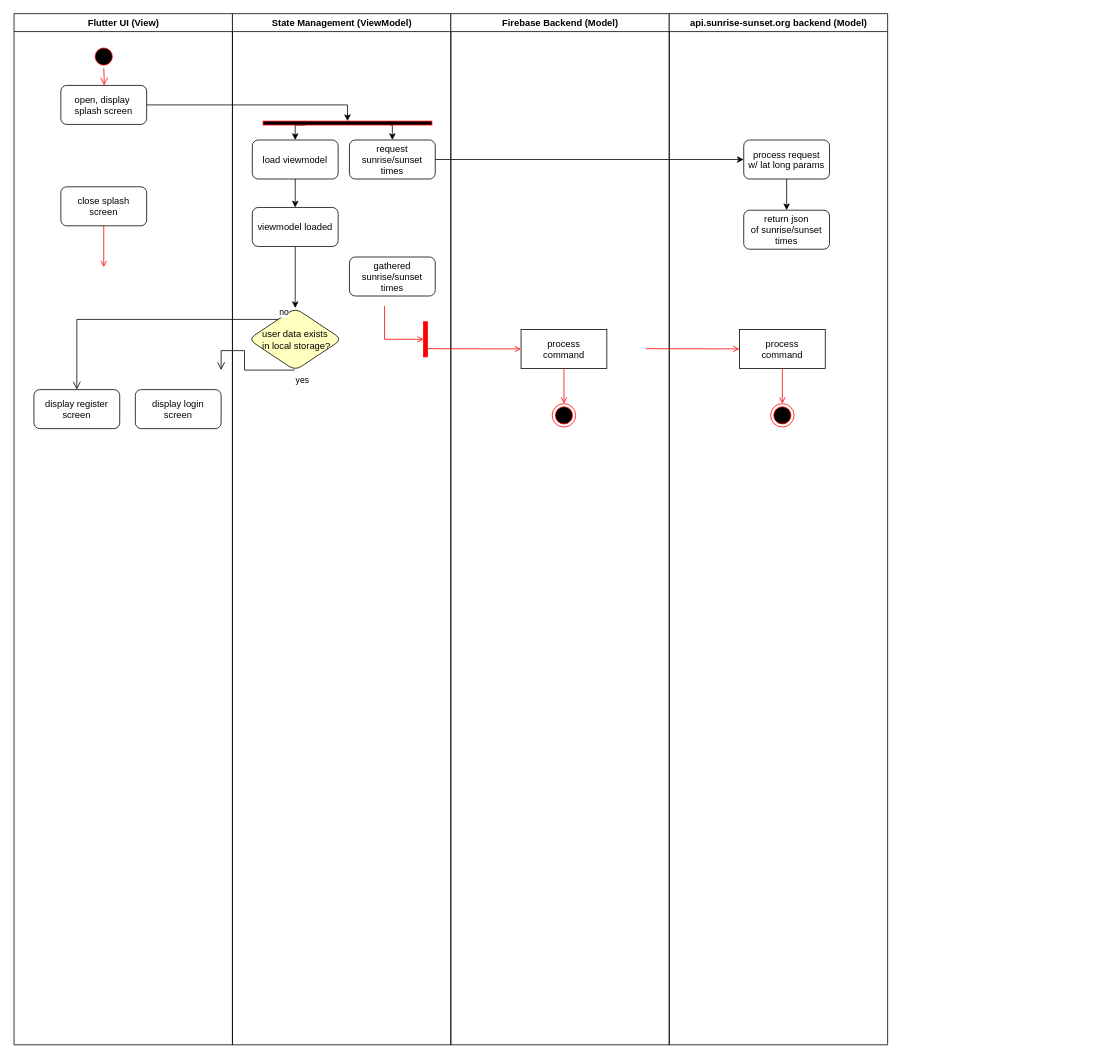
This is docs/activity_diagram.drawio from intercogni/sundial, a draw.io file, before an edit. Source tidied: cells renumbered, new cells numbered last; positions are measured from the earlier drawing's top-left corner, leaving out a move shared by most shapes. Both pictures are drawn from the tidied source at 78%, with x=0, y=0 at pixel (13, 13).
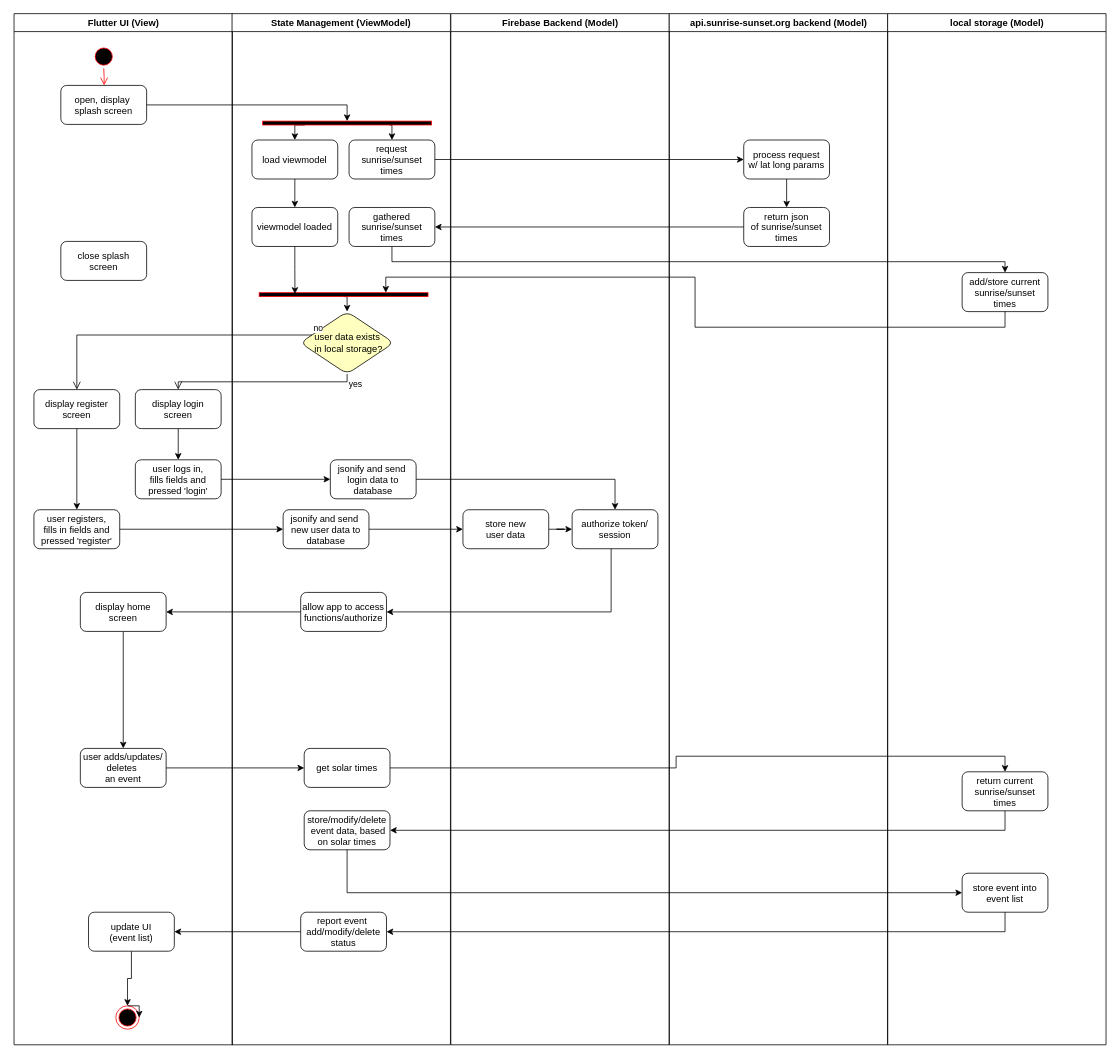
The same diagram, later.

The change refers to these unchanged cells:
```xml
<mxCell id="2" value="Flutter UI (View)" style="swimlane;whiteSpace=wrap;" parent="1" vertex="1">
  <mxGeometry x="0.5" width="280" height="1322" as="geometry" />
</mxCell>
<mxCell id="8" value="display register&#10;screen" style="rounded=1;" parent="2" vertex="1">
  <mxGeometry x="25.5" y="482" width="110" height="50" as="geometry" />
</mxCell>
<mxCell id="9" value="display login&#10;screen" style="rounded=1;" parent="2" vertex="1">
  <mxGeometry x="155.5" y="482" width="110" height="50" as="geometry" />
</mxCell>
<mxCell id="20" value="viewmodel loaded" style="rounded=1;" parent="10" vertex="1">
  <mxGeometry x="25.5" y="248.5" width="110" height="50" as="geometry" />
</mxCell>
<mxCell id="23" value="Firebase Backend (Model)" style="swimlane;whiteSpace=wrap;" parent="1" vertex="1">
  <mxGeometry x="560.5" width="280" height="1322" as="geometry" />
</mxCell>
<mxCell id="28" value="api.sunrise-sunset.org backend (Model)" style="swimlane;whiteSpace=wrap;" parent="1" vertex="1">
  <mxGeometry x="840.5" width="280" height="1322" as="geometry" />
</mxCell>
```

The edit, as a diff of the source:
```diff
@@
-    <mxCell id="6" style="endArrow=open;strokeColor=#FF0000;endFill=1;rounded=0;" parent="2" edge="1">
-      <mxGeometry relative="1" as="geometry">
-        <mxPoint x="115" y="270" as="sourcePoint" />
-        <mxPoint x="115" y="325" as="targetPoint" />
-      </mxGeometry>
-    </mxCell>
     <mxCell id="7" value="close splash&#10;screen" style="rounded=1;" parent="2" vertex="1">
-      <mxGeometry x="60" y="222" width="110" height="50" as="geometry" />
+      <mxGeometry x="60" y="292" width="110" height="50" as="geometry" />
     </mxCell>
@@
+    <mxCell id="40" style="edgeStyle=orthogonalEdgeStyle;rounded=0;jettySize=auto;html=1;" parent="2" edge="1" source="9" target="43">
+      <mxGeometry relative="1" as="geometry" />
+    </mxCell>
@@
+    <mxCell id="41" style="edgeStyle=orthogonalEdgeStyle;rounded=0;jettySize=auto;html=1;entryX=0.5;entryY=0;entryDx=0;entryDy=0;" parent="2" edge="1" source="42" target="46">
+      <mxGeometry relative="1" as="geometry" />
+    </mxCell>
+    <mxCell id="42" value="display home&#10;screen" style="rounded=1;" parent="2" vertex="1">
+      <mxGeometry x="85" y="742" width="110" height="50" as="geometry" />
+    </mxCell>
+    <mxCell id="43" value="user logs in,&#10;fills fields and&#10;pressed 'login'" style="rounded=1;" parent="2" vertex="1">
+      <mxGeometry x="155.5" y="572" width="110" height="50" as="geometry" />
+    </mxCell>
+    <mxCell id="44" value="user registers,&#10;fills in fields and&#10;pressed 'register'" style="rounded=1;" parent="2" vertex="1">
+      <mxGeometry x="25.5" y="636" width="110" height="50" as="geometry" />
+    </mxCell>
+    <mxCell id="45" style="edgeStyle=orthogonalEdgeStyle;rounded=0;jettySize=auto;html=1;entryX=0.5;entryY=0;entryDx=0;entryDy=0;" parent="2" edge="1" source="8" target="44">
+      <mxGeometry relative="1" as="geometry" />
+    </mxCell>
+    <mxCell id="46" value="user adds/updates/&#10;deletes &#10;an event" style="rounded=1;" parent="2" vertex="1">
+      <mxGeometry x="85" y="942" width="110" height="50" as="geometry" />
+    </mxCell>
+    <mxCell id="47" style="edgeStyle=orthogonalEdgeStyle;rounded=0;jettySize=auto;html=1;entryX=0.5;entryY=0;entryDx=0;entryDy=0;" parent="2" edge="1" source="48" target="49">
+      <mxGeometry relative="1" as="geometry" />
+    </mxCell>
+    <mxCell id="48" value="update UI&#10;(event list)" style="rounded=1;" parent="2" vertex="1">
+      <mxGeometry x="95.5" y="1152" width="110" height="50" as="geometry" />
+    </mxCell>
+    <mxCell id="49" style="ellipse;html=1;shape=endState;fillColor=#000000;strokeColor=#ff0000;" parent="2" vertex="1">
+      <mxGeometry x="130.5" y="1272" width="30" height="30" as="geometry" />
+    </mxCell>
+    <mxCell id="50" style="edgeStyle=orthogonalEdgeStyle;rounded=0;orthogonalLoop=1;jettySize=auto;html=1;exitX=0.5;exitY=0;exitDx=0;exitDy=0;entryX=1;entryY=0.5;entryDx=0;entryDy=0;" parent="2" edge="1" source="49" target="49">
+      <mxGeometry relative="1" as="geometry" />
+    </mxCell>
     <mxCell id="10" value="State Management (ViewModel)" style="swimlane;whiteSpace=wrap;" parent="1" vertex="1">
-      <mxGeometry x="280.5" width="280" height="1322" as="geometry" />
+      <mxGeometry x="280" width="280" height="1322" as="geometry" />
     </mxCell>
-    <mxCell id="11" style="whiteSpace=wrap;strokeColor=#FF0000;fillColor=#FF0000;" parent="10" vertex="1">
-      <mxGeometry x="245" y="395" width="5" height="45" as="geometry" />
-    </mxCell>
-    <mxCell id="12" style="edgeStyle=elbowEdgeStyle;elbow=horizontal;entryX=0;entryY=0.5;strokeColor=#FF0000;endArrow=open;endFill=1;rounded=0;" parent="10" edge="1" target="11">
-      <mxGeometry relative="1" as="geometry">
-        <mxPoint x="195" y="375" as="sourcePoint" />
-        <Array as="points">
-          <mxPoint x="195" y="400" />
-        </Array>
-      </mxGeometry>
-    </mxCell>
@@
-    <mxCell id="19" style="edgeStyle=orthogonalEdgeStyle;rounded=0;jettySize=auto;html=1;exitX=0.5;exitY=1;exitDx=0;exitDy=0;entryX=0.5;entryY=0;entryDx=0;entryDy=0;" parent="10" edge="1" source="20" target="22">
-      <mxGeometry relative="1" as="geometry" />
-    </mxCell>
@@
     <mxCell id="21" value="gathered&#10;sunrise/sunset&#10;times" style="rounded=1;" parent="10" vertex="1">
-      <mxGeometry x="150" y="312" width="110" height="50" as="geometry" />
+      <mxGeometry x="150" y="248.5" width="110" height="50" as="geometry" />
     </mxCell>
     <mxCell id="22" value="user data exists&lt;br&gt;&amp;nbsp;in local storage?" style="rhombus;whiteSpace=wrap;html=1;fontColor=#000000;fillColor=#ffffc0;strokeColor=#000000;rounded=1;" parent="10" vertex="1">
-      <mxGeometry x="20.5" y="377.5" width="120" height="80" as="geometry" />
+      <mxGeometry x="87.5" y="382" width="120" height="80" as="geometry" />
     </mxCell>
+    <mxCell id="51" style="edgeStyle=orthogonalEdgeStyle;rounded=0;jettySize=auto;html=1;exitX=1;exitY=0.5;exitDx=0;exitDy=0;entryX=0.5;entryY=0;entryDx=0;entryDy=0;" parent="10" edge="1" source="52" target="22">
+      <mxGeometry relative="1" as="geometry" />
+    </mxCell>
+    <mxCell id="52" style="whiteSpace=wrap;strokeColor=#FF0000;fillColor=#000000;rotation=90;" parent="10" vertex="1">
+      <mxGeometry x="140.5" y="252" width="5" height="216.5" as="geometry" />
+    </mxCell>
+    <mxCell id="53" style="edgeStyle=orthogonalEdgeStyle;rounded=0;jettySize=auto;html=1;exitX=0.5;exitY=1;exitDx=0;exitDy=0;entryX=0.312;entryY=0.788;entryDx=0;entryDy=0;entryPerimeter=0;" parent="10" edge="1" source="20" target="52">
+      <mxGeometry relative="1" as="geometry" />
+    </mxCell>
+    <mxCell id="54" value="allow app to access&#10;functions/authorize" style="rounded=1;" parent="10" vertex="1">
+      <mxGeometry x="88" y="742" width="110" height="50" as="geometry" />
+    </mxCell>
+    <mxCell id="55" value="jsonify and send &#10;new user data to&#10;database" style="rounded=1;" parent="10" vertex="1">
+      <mxGeometry x="65.5" y="636" width="110" height="50" as="geometry" />
+    </mxCell>
+    <mxCell id="56" value="jsonify and send &#10;login data to&#10;database" style="rounded=1;" parent="10" vertex="1">
+      <mxGeometry x="126" y="572" width="110" height="50" as="geometry" />
+    </mxCell>
+    <mxCell id="57" value="store/modify/delete&#10; event data, based &#10;on solar times" style="rounded=1;" parent="10" vertex="1">
+      <mxGeometry x="92.5" y="1022" width="110" height="50" as="geometry" />
+    </mxCell>
+    <mxCell id="58" value="get solar times" style="rounded=1;" parent="10" vertex="1">
+      <mxGeometry x="92.5" y="942" width="110" height="50" as="geometry" />
+    </mxCell>
+    <mxCell id="59" value="report event &#10;add/modify/delete&#10;status" style="rounded=1;" parent="10" vertex="1">
+      <mxGeometry x="88" y="1152" width="110" height="50" as="geometry" />
+    </mxCell>
@@
-    <mxCell id="24" value="process&#10;command" parent="23" vertex="1">
-      <mxGeometry x="90" y="405" width="110" height="50" as="geometry" />
-    </mxCell>
-    <mxCell id="25" style="edgeStyle=none;strokeColor=#FF0000;endArrow=open;endFill=1;rounded=0;" parent="23" edge="1" target="24">
-      <mxGeometry relative="1" as="geometry">
-        <mxPoint x="-30" y="429.5" as="sourcePoint" />
-      </mxGeometry>
-    </mxCell>
-    <mxCell id="26" style="ellipse;shape=endState;fillColor=#000000;strokeColor=#ff0000;" parent="23" vertex="1">
-      <mxGeometry x="130" y="500" width="30" height="30" as="geometry" />
-    </mxCell>
-    <mxCell id="27" style="endArrow=open;strokeColor=#FF0000;endFill=1;rounded=0;" parent="23" edge="1" source="24" target="26">
-      <mxGeometry relative="1" as="geometry" />
-    </mxCell>
+    <mxCell id="60" value="authorize token/&#10;session" style="rounded=1;" parent="23" vertex="1">
+      <mxGeometry x="155.5" y="636" width="110" height="50" as="geometry" />
+    </mxCell>
+    <mxCell id="61" style="edgeStyle=orthogonalEdgeStyle;rounded=0;jettySize=auto;html=1;" parent="23" edge="1" source="62" target="60">
+      <mxGeometry relative="1" as="geometry" />
+    </mxCell>
+    <mxCell id="62" value="store new &#10;user data" style="rounded=1;" parent="23" vertex="1">
+      <mxGeometry x="15.5" y="636" width="110" height="50" as="geometry" />
+    </mxCell>
@@
-    <mxCell id="29" value="process&#10;command" parent="28" vertex="1">
-      <mxGeometry x="90" y="405" width="110" height="50" as="geometry" />
-    </mxCell>
-    <mxCell id="30" style="edgeStyle=none;strokeColor=#FF0000;endArrow=open;endFill=1;rounded=0;" parent="28" edge="1" target="29">
-      <mxGeometry relative="1" as="geometry">
-        <mxPoint x="-30" y="429.5" as="sourcePoint" />
-      </mxGeometry>
-    </mxCell>
-    <mxCell id="31" style="ellipse;shape=endState;fillColor=#000000;strokeColor=#ff0000;" parent="28" vertex="1">
-      <mxGeometry x="130" y="500" width="30" height="30" as="geometry" />
-    </mxCell>
-    <mxCell id="32" style="endArrow=open;strokeColor=#FF0000;endFill=1;rounded=0;" parent="28" edge="1" source="29" target="31">
-      <mxGeometry relative="1" as="geometry" />
-    </mxCell>
@@
     <mxCell id="35" value="return json&#10;of sunrise/sunset&#10;times" style="rounded=1;" parent="28" vertex="1">
-      <mxGeometry x="95.5" y="252" width="110" height="50" as="geometry" />
+      <mxGeometry x="95.5" y="248.5" width="110" height="50" as="geometry" />
     </mxCell>
@@
     <mxCell id="38" value="no" style="edgeStyle=orthogonalEdgeStyle;html=1;align=left;verticalAlign=bottom;endArrow=open;endSize=8;strokeColor=#000000;rounded=0;entryX=0.5;entryY=0;entryDx=0;entryDy=0;" parent="1" edge="1" source="22" target="8">
       <mxGeometry x="-1" relative="1" as="geometry">
         <Array as="points">
-          <mxPoint x="81" y="392" />
+          <mxPoint x="81" y="412" />
         </Array>
       </mxGeometry>
     </mxCell>
-    <mxCell id="39" value="yes" style="edgeStyle=orthogonalEdgeStyle;html=1;align=left;verticalAlign=top;endArrow=open;endSize=8;strokeColor=#000000;rounded=0;" parent="1" edge="1" source="22">
+    <mxCell id="39" value="yes" style="edgeStyle=orthogonalEdgeStyle;html=1;align=left;verticalAlign=top;endArrow=open;endSize=8;strokeColor=#000000;rounded=0;entryX=0.5;entryY=0;entryDx=0;entryDy=0;" parent="1" edge="1" source="22" target="9">
       <mxGeometry x="-1" relative="1" as="geometry">
-        <mxPoint x="266" y="457" as="targetPoint" />
         <Array as="points">
-          <mxPoint x="296" y="457" />
-          <mxPoint x="296" y="432" />
+          <mxPoint x="428" y="472" />
+          <mxPoint x="211" y="472" />
         </Array>
       </mxGeometry>
     </mxCell>
+    <mxCell id="63" style="edgeStyle=orthogonalEdgeStyle;rounded=0;jettySize=auto;html=1;exitX=1;exitY=0.5;exitDx=0;exitDy=0;" parent="1" edge="1" source="43" target="56">
+      <mxGeometry relative="1" as="geometry" />
+    </mxCell>
+    <mxCell id="64" style="edgeStyle=orthogonalEdgeStyle;rounded=0;jettySize=auto;html=1;entryX=0;entryY=0.5;entryDx=0;entryDy=0;" parent="1" edge="1" source="55" target="62">
+      <mxGeometry relative="1" as="geometry" />
+    </mxCell>
+    <mxCell id="65" style="edgeStyle=orthogonalEdgeStyle;rounded=0;jettySize=auto;html=1;" parent="1" edge="1" source="56" target="60">
+      <mxGeometry relative="1" as="geometry" />
+    </mxCell>
+    <mxCell id="66" style="edgeStyle=orthogonalEdgeStyle;rounded=0;jettySize=auto;html=1;entryX=1;entryY=0.5;entryDx=0;entryDy=0;" parent="1" edge="1" source="60" target="54">
+      <mxGeometry relative="1" as="geometry">
+        <Array as="points">
+          <mxPoint x="766" y="767" />
+        </Array>
+      </mxGeometry>
+    </mxCell>
+    <mxCell id="67" style="edgeStyle=orthogonalEdgeStyle;rounded=0;jettySize=auto;html=1;exitX=1;exitY=0.5;exitDx=0;exitDy=0;entryX=0;entryY=0.5;entryDx=0;entryDy=0;" parent="1" edge="1" source="44" target="55">
+      <mxGeometry relative="1" as="geometry" />
+    </mxCell>
+    <mxCell id="68" style="edgeStyle=orthogonalEdgeStyle;rounded=0;jettySize=auto;html=1;exitX=0;exitY=0.5;exitDx=0;exitDy=0;entryX=1;entryY=0.5;entryDx=0;entryDy=0;" parent="1" edge="1" source="54" target="42">
+      <mxGeometry relative="1" as="geometry" />
+    </mxCell>
+    <mxCell id="69" value="local storage (Model)" style="swimlane;whiteSpace=wrap;" parent="1" vertex="1">
+      <mxGeometry x="1120.5" width="280" height="1322" as="geometry" />
+    </mxCell>
+    <mxCell id="70" value="add/store current&#10;sunrise/sunset&#10;times" style="rounded=1;" parent="69" vertex="1">
+      <mxGeometry x="95.5" y="332" width="110" height="50" as="geometry" />
+    </mxCell>
+    <mxCell id="71" value="return current&#10;sunrise/sunset&#10;times" style="rounded=1;" parent="69" vertex="1">
+      <mxGeometry x="95.5" y="972" width="110" height="50" as="geometry" />
+    </mxCell>
+    <mxCell id="72" value="store event into&#10;event list" style="rounded=1;" parent="69" vertex="1">
+      <mxGeometry x="95.5" y="1102" width="110" height="50" as="geometry" />
+    </mxCell>
+    <mxCell id="73" style="edgeStyle=orthogonalEdgeStyle;rounded=0;jettySize=auto;html=1;exitX=0;exitY=0.5;exitDx=0;exitDy=0;entryX=1;entryY=0.5;entryDx=0;entryDy=0;" parent="1" edge="1" source="35" target="21">
+      <mxGeometry relative="1" as="geometry" />
+    </mxCell>
+    <mxCell id="74" style="edgeStyle=orthogonalEdgeStyle;rounded=0;jettySize=auto;html=1;exitX=0.5;exitY=1;exitDx=0;exitDy=0;entryX=0.5;entryY=0;entryDx=0;entryDy=0;" parent="1" edge="1" source="21" target="70">
+      <mxGeometry relative="1" as="geometry">
+        <Array as="points">
+          <mxPoint x="485" y="318" />
+          <mxPoint x="1271" y="318" />
+        </Array>
+      </mxGeometry>
+    </mxCell>
+    <mxCell id="75" style="edgeStyle=orthogonalEdgeStyle;rounded=0;jettySize=auto;html=1;exitX=0.5;exitY=1;exitDx=0;exitDy=0;entryX=0;entryY=0.25;entryDx=0;entryDy=0;" parent="1" edge="1" source="70" target="52">
+      <mxGeometry relative="1" as="geometry" />
+    </mxCell>
+    <mxCell id="76" style="edgeStyle=orthogonalEdgeStyle;rounded=0;jettySize=auto;html=1;exitX=1;exitY=0.5;exitDx=0;exitDy=0;entryX=0.5;entryY=0;entryDx=0;entryDy=0;" parent="1" edge="1" source="58" target="71">
+      <mxGeometry relative="1" as="geometry" />
+    </mxCell>
+    <mxCell id="77" style="edgeStyle=orthogonalEdgeStyle;rounded=0;jettySize=auto;html=1;exitX=0.5;exitY=1;exitDx=0;exitDy=0;entryX=1;entryY=0.5;entryDx=0;entryDy=0;" parent="1" edge="1" source="71" target="57">
+      <mxGeometry relative="1" as="geometry" />
+    </mxCell>
+    <mxCell id="78" style="edgeStyle=orthogonalEdgeStyle;rounded=0;jettySize=auto;html=1;exitX=1;exitY=0.5;exitDx=0;exitDy=0;entryX=0;entryY=0.5;entryDx=0;entryDy=0;" parent="1" edge="1" source="46" target="58">
+      <mxGeometry relative="1" as="geometry" />
+    </mxCell>
+    <mxCell id="79" style="edgeStyle=orthogonalEdgeStyle;rounded=0;jettySize=auto;html=1;exitX=0.5;exitY=1;exitDx=0;exitDy=0;entryX=0;entryY=0.5;entryDx=0;entryDy=0;" parent="1" edge="1" source="57" target="72">
+      <mxGeometry relative="1" as="geometry" />
+    </mxCell>
+    <mxCell id="80" style="edgeStyle=orthogonalEdgeStyle;rounded=0;jettySize=auto;html=1;exitX=0.5;exitY=1;exitDx=0;exitDy=0;entryX=1;entryY=0.5;entryDx=0;entryDy=0;" parent="1" edge="1" source="72" target="59">
+      <mxGeometry relative="1" as="geometry" />
+    </mxCell>
+    <mxCell id="81" style="edgeStyle=orthogonalEdgeStyle;rounded=0;jettySize=auto;html=1;exitX=0;exitY=0.5;exitDx=0;exitDy=0;entryX=1;entryY=0.5;entryDx=0;entryDy=0;" parent="1" edge="1" source="59" target="48">
+      <mxGeometry relative="1" as="geometry" />
+    </mxCell>
```
